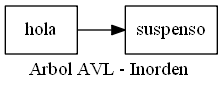
This is EDD_Proyecto2/Reportes/ArbolInorden.png from hr9457/EDD_1S2020_PY2_201314296, a Graphviz export, as it was before one commit. Its source is kept beside it as EDD_Proyecto2/ArchivosDot/ArbolInorden.dot.
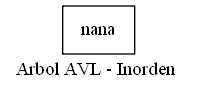
The same diagram one commit later.

Change to the diagram source:
```diff
@@ -1,8 +1,7 @@
 digraph arbolinorden {
 node [shape = record];
 rankdir=LR;
-nodo0[label="hola"];
-nodo1[label="suspenso"];
-nodo0->nodo1;
+nodo0[label="nana"];
+nodo0;
 label = "Arbol AVL - Inorden "
 }
```
